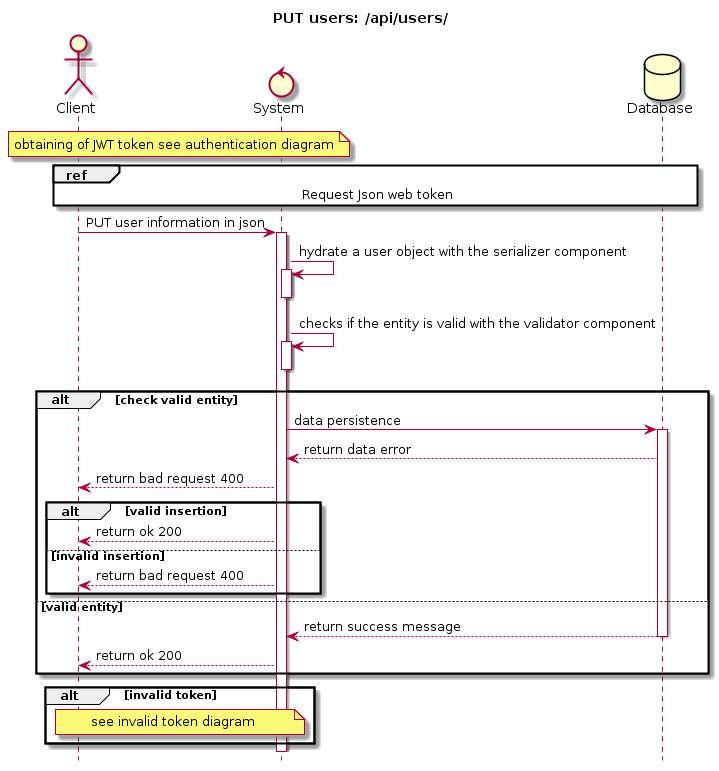
siggwer/Bilemo keeps this PlantUML diagram as docs/Uml/Diagram_sequences/Diagram_sequence_PUT_user.png. Above is the earlier version.
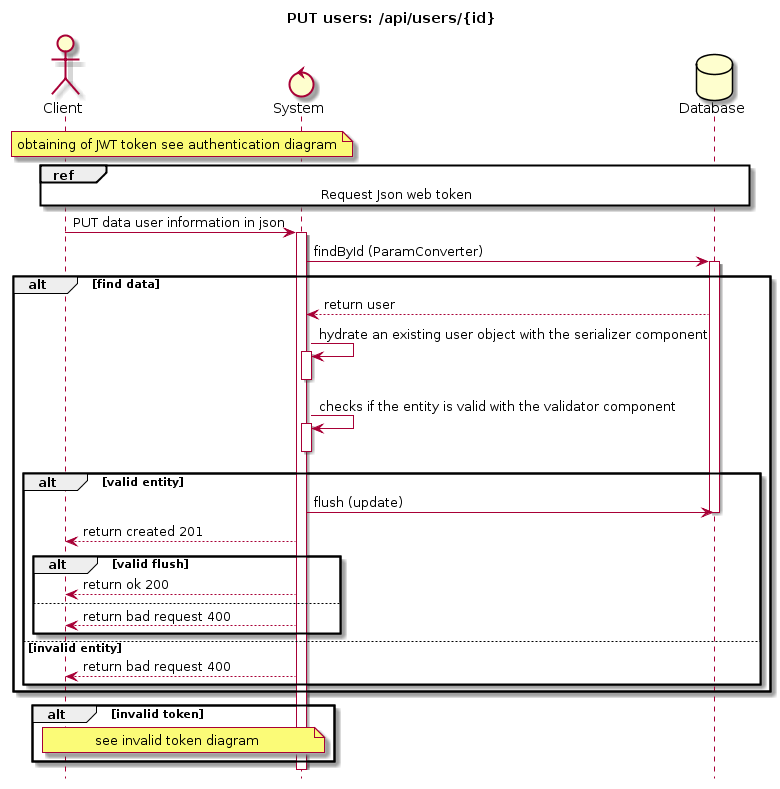
After the commit.

What changed in the source:
```diff
@@ -1,6 +1,6 @@
 @startuml
 hide footbox
-title PUT users: /api/users/
+title PUT users: /api/users/{id}
 Actor Client
 Control System
 Database Database
@@ -13,30 +13,34 @@
     Request Json web token
 end ref
 
-Client -> System : PUT user information in json
+Client -> System : PUT data user information in json
 activate System
 
-System -> System : hydrate a user object with the serializer component
+System -> Database : findById (ParamConverter)
+activate Database
+
+alt find data
+Database --> System : return user
+System -> System : hydrate an existing user object with the serializer component
 activate System
 deactivate System
 System -> System : checks if the entity is valid with the validator component
 activate System
 deactivate System
-alt check valid entity
-    System -> Database : data persistence
-    activate Database
-    Database --> System : return data error
-    System --> Client : return bad request 400
-    alt valid insertion
+alt valid entity
+    System -> Database : flush (update)
+    deactivate Database
+    System --> Client : return created 201
+    alt valid flush
         System --> Client : return ok 200
-    else invalid insertion
+    else
         System --> Client : return bad request 400
     end
-else valid entity
-    Database --> System : return success message
-    deactivate Database
-    System --> Client : return ok 200
+else invalid entity
+    System --> Client : return bad request 400
 end
+end
+
 alt invalid token
 note over Client, System
     see invalid token diagram
```
